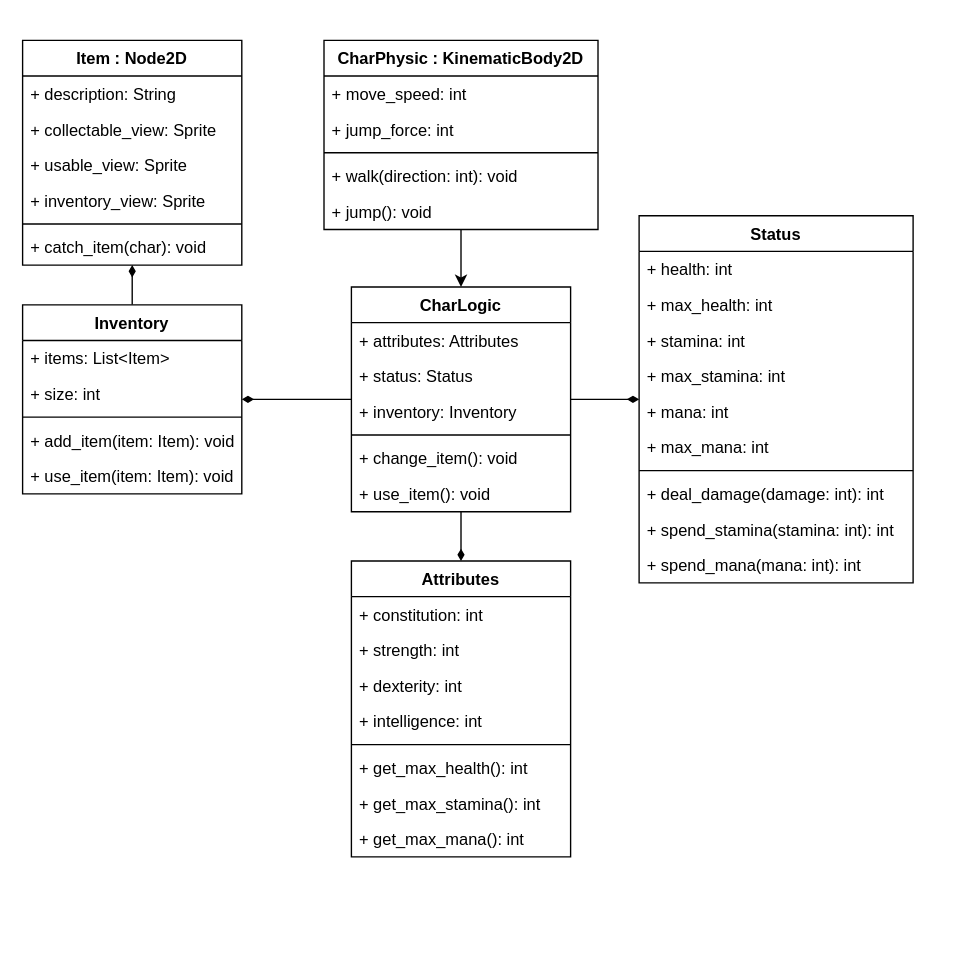
Before: page "UML Char" (1 of 2) of documentação/Esquema Lógico.drawio in hrszanini/celsinhos_game, a draw.io diagram. Source tidied: cells renumbered, new cells numbered last; positions are measured from the earlier drawing's top-left corner, leaving out a move shared by most shapes. Both pictures are drawn from the tidied source at 137%, with x=0, y=0 at pixel (22, 40).
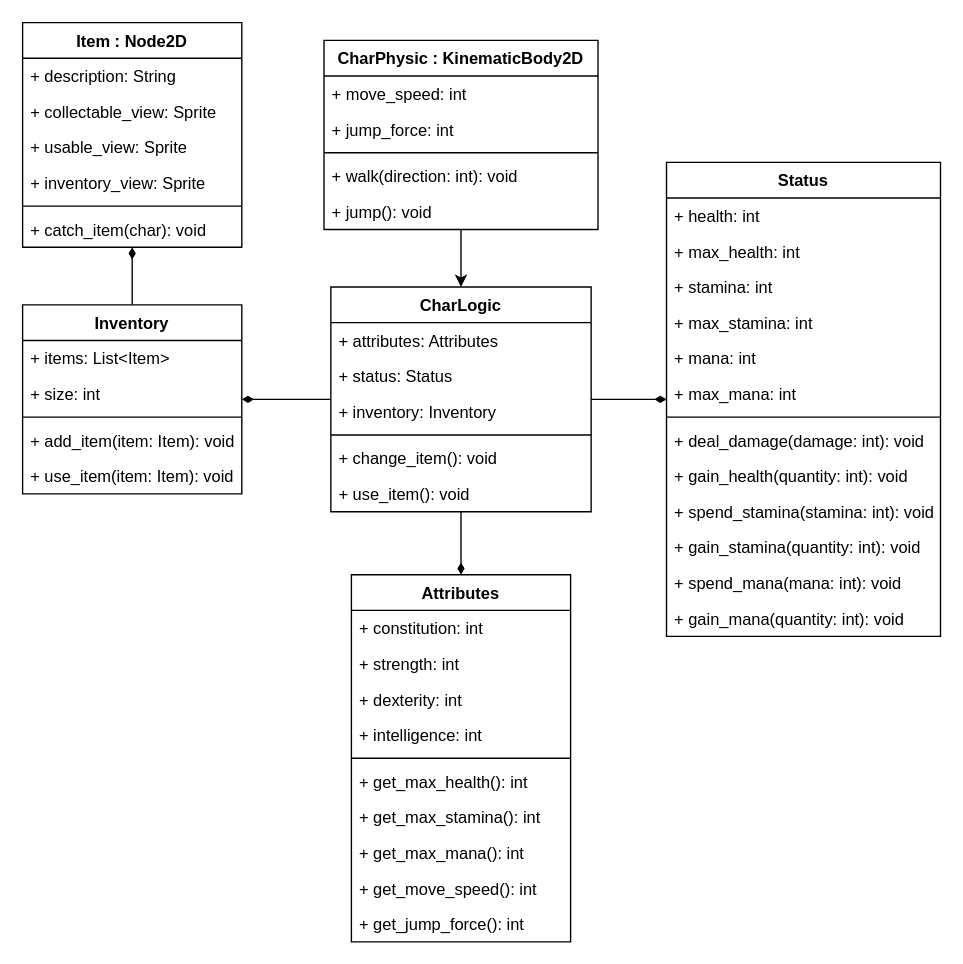
The same page after the edit.

Diff of the diagram source:
```diff
@@
     <mxCell id="5" value="CharLogic" style="swimlane;fontStyle=1;align=center;verticalAlign=top;horizontal=1;startSize=26;" parent="1" vertex="1">
-      <mxGeometry x="240" y="180" width="160" height="164" as="geometry" />
+      <mxGeometry x="225" y="180" width="190" height="164" as="geometry" />
     </mxCell>
     <mxCell id="6" value="+ attributes: Attributes" style="text;strokeColor=none;fillColor=none;align=left;verticalAlign=top;spacingLeft=4;spacingRight=4;overflow=hidden;" parent="5" vertex="1">
-      <mxGeometry y="26" width="160" height="26" as="geometry" />
+      <mxGeometry y="26" width="190" height="26" as="geometry" />
     </mxCell>
     <mxCell id="7" value="+ status: Status" style="text;strokeColor=none;fillColor=none;align=left;verticalAlign=top;spacingLeft=4;spacingRight=4;overflow=hidden;" parent="5" vertex="1">
-      <mxGeometry y="52" width="160" height="26" as="geometry" />
+      <mxGeometry y="52" width="190" height="26" as="geometry" />
     </mxCell>
     <mxCell id="8" value="+ inventory: Inventory" style="text;strokeColor=none;fillColor=none;align=left;verticalAlign=top;spacingLeft=4;spacingRight=4;overflow=hidden;" parent="5" vertex="1">
-      <mxGeometry y="78" width="160" height="26" as="geometry" />
+      <mxGeometry y="78" width="190" height="26" as="geometry" />
     </mxCell>
     <mxCell id="9" style="line;strokeWidth=1;fillColor=none;align=left;verticalAlign=middle;spacingTop=-1;spacingLeft=3;spacingRight=3;labelPosition=right;" parent="5" vertex="1">
-      <mxGeometry y="104" width="160" height="8" as="geometry" />
+      <mxGeometry y="104" width="190" height="8" as="geometry" />
     </mxCell>
     <mxCell id="10" value="+ change_item(): void" style="text;strokeColor=none;fillColor=none;align=left;verticalAlign=top;spacingLeft=4;spacingRight=4;overflow=hidden;" parent="5" vertex="1">
-      <mxGeometry y="112" width="160" height="26" as="geometry" />
+      <mxGeometry y="112" width="190" height="26" as="geometry" />
     </mxCell>
     <mxCell id="11" value="+ use_item(): void" style="text;strokeColor=none;fillColor=none;align=left;verticalAlign=top;spacingLeft=4;spacingRight=4;overflow=hidden;" parent="5" vertex="1">
-      <mxGeometry y="138" width="160" height="26" as="geometry" />
+      <mxGeometry y="138" width="190" height="26" as="geometry" />
     </mxCell>
@@
     <mxCell id="19" value="Attributes" style="swimlane;fontStyle=1;align=center;verticalAlign=top;horizontal=1;startSize=26;" parent="1" vertex="1">
-      <mxGeometry x="240" y="380" width="160" height="216" as="geometry" />
+      <mxGeometry x="240" y="390" width="160" height="268" as="geometry" />
     </mxCell>
@@
+    <mxCell id="53" value="+ get_max_mana(): int" style="text;strokeColor=none;fillColor=none;align=left;verticalAlign=top;spacingLeft=4;spacingRight=4;overflow=hidden;" parent="19" vertex="1">
+      <mxGeometry y="190" width="160" height="26" as="geometry" />
+    </mxCell>
+    <mxCell id="54" value="+ get_move_speed(): int" style="text;strokeColor=none;fillColor=none;align=left;verticalAlign=top;spacingLeft=4;spacingRight=4;overflow=hidden;" parent="19" vertex="1">
+      <mxGeometry y="216" width="160" height="26" as="geometry" />
+    </mxCell>
-    <mxCell id="27" value="+ get_max_mana(): int" style="text;strokeColor=none;fillColor=none;align=left;verticalAlign=top;spacingLeft=4;spacingRight=4;overflow=hidden;" parent="19" vertex="1">
-      <mxGeometry y="190" width="160" height="26" as="geometry" />
+    <mxCell id="27" value="+ get_jump_force(): int" style="text;strokeColor=none;fillColor=none;align=left;verticalAlign=top;spacingLeft=4;spacingRight=4;overflow=hidden;" parent="19" vertex="1">
+      <mxGeometry y="242" width="160" height="26" as="geometry" />
     </mxCell>
     <mxCell id="28" value="Item : Node2D" style="swimlane;fontStyle=1;align=center;verticalAlign=top;horizontal=1;startSize=26;" parent="1" vertex="1">
-      <mxGeometry width="160" height="164" as="geometry" />
+      <mxGeometry y="-13" width="160" height="164" as="geometry" />
     </mxCell>
@@
     <mxCell id="42" value="Status" style="swimlane;fontStyle=1;align=center;verticalAlign=top;horizontal=1;startSize=26;" parent="1" vertex="1">
-      <mxGeometry x="450" y="128" width="200" height="268" as="geometry" />
+      <mxGeometry x="470" y="89" width="200" height="346" as="geometry" />
     </mxCell>
@@
-    <mxCell id="50" value="+ deal_damage(damage: int): int" style="text;strokeColor=none;fillColor=none;align=left;verticalAlign=top;spacingLeft=4;spacingRight=4;overflow=hidden;" parent="42" vertex="1">
+    <mxCell id="50" value="+ deal_damage(damage: int): void" style="text;strokeColor=none;fillColor=none;align=left;verticalAlign=top;spacingLeft=4;spacingRight=4;overflow=hidden;" parent="42" vertex="1">
       <mxGeometry y="190" width="200" height="26" as="geometry" />
     </mxCell>
+    <mxCell id="55" value="+ gain_health(quantity: int): void" style="text;strokeColor=none;fillColor=none;align=left;verticalAlign=top;spacingLeft=4;spacingRight=4;overflow=hidden;" parent="42" vertex="1">
+      <mxGeometry y="216" width="200" height="26" as="geometry" />
+    </mxCell>
+    <mxCell id="56" value="+ spend_stamina(stamina: int): void" style="text;strokeColor=none;fillColor=none;align=left;verticalAlign=top;spacingLeft=4;spacingRight=4;overflow=hidden;" parent="42" vertex="1">
+      <mxGeometry y="242" width="200" height="26" as="geometry" />
+    </mxCell>
-    <mxCell id="51" value="+ spend_stamina(stamina: int): int" style="text;strokeColor=none;fillColor=none;align=left;verticalAlign=top;spacingLeft=4;spacingRight=4;overflow=hidden;" parent="42" vertex="1">
-      <mxGeometry y="216" width="200" height="26" as="geometry" />
+    <mxCell id="51" value="+ gain_stamina(quantity: int): void" style="text;strokeColor=none;fillColor=none;align=left;verticalAlign=top;spacingLeft=4;spacingRight=4;overflow=hidden;" parent="42" vertex="1">
+      <mxGeometry y="268" width="200" height="26" as="geometry" />
     </mxCell>
+    <mxCell id="57" value="+ spend_mana(mana: int): void" style="text;strokeColor=none;fillColor=none;align=left;verticalAlign=top;spacingLeft=4;spacingRight=4;overflow=hidden;" parent="42" vertex="1">
+      <mxGeometry y="294" width="200" height="26" as="geometry" />
+    </mxCell>
-    <mxCell id="52" value="+ spend_mana(mana: int): int" style="text;strokeColor=none;fillColor=none;align=left;verticalAlign=top;spacingLeft=4;spacingRight=4;overflow=hidden;" parent="42" vertex="1">
-      <mxGeometry y="242" width="200" height="26" as="geometry" />
+    <mxCell id="52" value="+ gain_mana(quantity: int): void" style="text;strokeColor=none;fillColor=none;align=left;verticalAlign=top;spacingLeft=4;spacingRight=4;overflow=hidden;" parent="42" vertex="1">
+      <mxGeometry y="320" width="200" height="26" as="geometry" />
     </mxCell>
```
